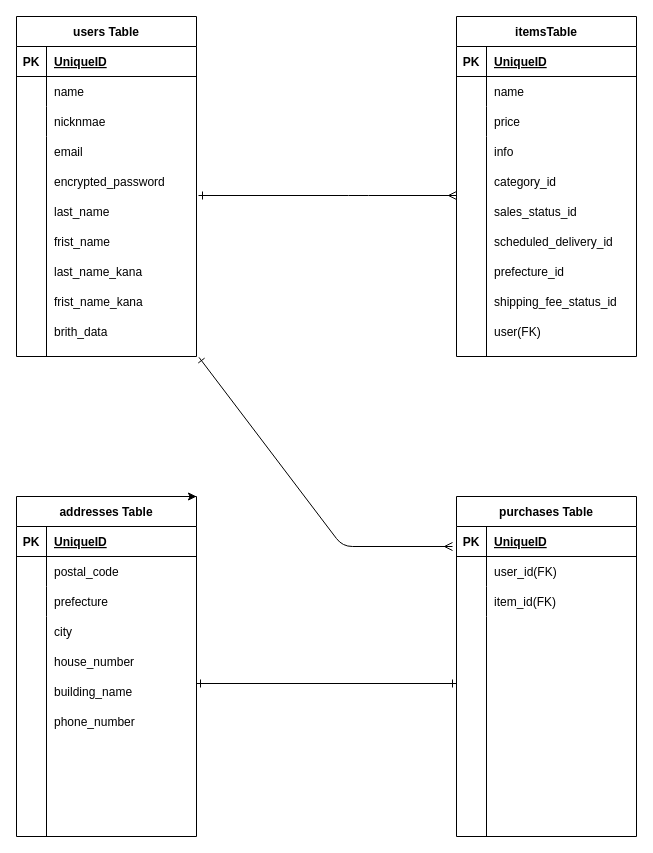
Earlier version of the draw.io diagram ER.dio (d-miyabi/furima-40107). Source tidied: cells renumbered, new cells numbered last; positions are measured from the earlier drawing's top-left corner, leaving out a move shared by most shapes. Both pictures are drawn from the tidied source at 100%, with x=0, y=0 at pixel (16, 16).
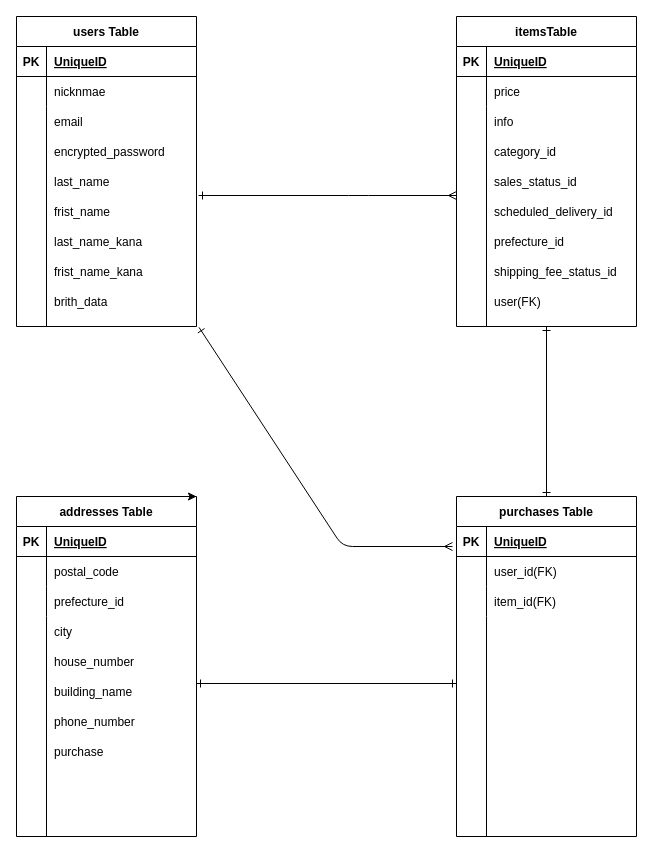
The same diagram, later.

Commit message (it also covers changes not shown here):
ER図の修正、誤字の修正

The change refers to these unchanged cells:
```xml
<mxCell id="2" style="group;" parent="1" vertex="1">
  <mxGeometry x="440" width="180" height="450" as="geometry" />
</mxCell>
<mxCell id="23" value="purchases Table" style="shape=table;startSize=30;childLayout=tableLayout;rowLines=0;fontStyle=1;align=center;" parent="1" vertex="1">
  <mxGeometry x="440" y="480" width="180" height="340" as="geometry" />
</mxCell>
<mxCell id="36" style="group;" parent="1" vertex="1">
  <mxGeometry y="480" width="180" height="450" as="geometry" />
</mxCell>
<mxCell id="44" style="shape=tableRow;horizontal=0;startSize=0;swimlaneHead=0;swimlaneBody=0;fillColor=none;top=0;left=0;right=0;bottom=0;" parent="37" vertex="1">
  <mxGeometry y="90" width="180" height="30" as="geometry" />
</mxCell>
<mxCell id="58" style="group;" parent="1" vertex="1">
  <mxGeometry width="180" height="340" as="geometry" />
</mxCell>
```

What changed in the source:
```diff
@@
     <mxCell id="3" value="itemsTable" style="shape=table;startSize=30;childLayout=tableLayout;rowLines=0;fontStyle=1;align=center;" parent="2" vertex="1">
-      <mxGeometry width="180" height="340" as="geometry" />
+      <mxGeometry width="180" height="310" as="geometry" />
     </mxCell>
@@
-    <mxCell id="7" style="shape=tableRow;horizontal=0;startSize=0;swimlaneHead=0;swimlaneBody=0;fillColor=none;top=0;left=0;right=0;bottom=0;" parent="3" vertex="1">
-      <mxGeometry y="60" width="180" height="30" as="geometry" />
-    </mxCell>
-    <mxCell id="8" style="shape=partialRectangle;fillColor=none;top=0;left=0;bottom=0;right=0;overflow=hidden;" parent="7" vertex="1">
-      <mxGeometry width="30" height="30" as="geometry" />
-    </mxCell>
-    <mxCell id="9" value="name" style="shape=partialRectangle;fillColor=none;top=0;left=0;bottom=0;right=0;align=left;spacingLeft=6;overflow=hidden;" parent="7" vertex="1">
-      <mxGeometry x="30" width="150" height="30" as="geometry" />
-    </mxCell>
     <mxCell id="10" style="shape=tableRow;horizontal=0;startSize=0;swimlaneHead=0;swimlaneBody=0;fillColor=none;top=0;left=0;right=0;bottom=0;" parent="3" vertex="1">
-      <mxGeometry y="90" width="180" height="30" as="geometry" />
+      <mxGeometry y="60" width="180" height="30" as="geometry" />
     </mxCell>
@@
     <mxCell id="13" style="shape=tableRow;horizontal=0;startSize=0;swimlaneHead=0;swimlaneBody=0;fillColor=none;top=0;left=0;right=0;bottom=0;" parent="3" vertex="1">
-      <mxGeometry y="120" width="180" height="220" as="geometry" />
+      <mxGeometry y="90" width="180" height="220" as="geometry" />
     </mxCell>
@@
     <mxCell id="16" value="info" style="shape=partialRectangle;fillColor=none;top=0;left=0;bottom=0;right=0;align=left;spacingLeft=6;overflow=hidden;" parent="2" vertex="1">
-      <mxGeometry x="30" y="120" width="150" height="30" as="geometry" />
+      <mxGeometry x="30" y="90" width="150" height="30" as="geometry" />
     </mxCell>
     <mxCell id="17" value="shipping_fee_status_id" style="shape=partialRectangle;fillColor=none;top=0;left=0;bottom=0;right=0;align=left;spacingLeft=6;overflow=hidden;" parent="2" vertex="1">
-      <mxGeometry x="30" y="270" width="150" height="30" as="geometry" />
+      <mxGeometry x="30" y="240" width="150" height="30" as="geometry" />
     </mxCell>
     <mxCell id="18" value="sales_status_id" style="shape=partialRectangle;fillColor=none;top=0;left=0;bottom=0;right=0;align=left;spacingLeft=6;overflow=hidden;" parent="2" vertex="1">
-      <mxGeometry x="30" y="180" width="150" height="30" as="geometry" />
+      <mxGeometry x="30" y="150" width="150" height="30" as="geometry" />
     </mxCell>
     <mxCell id="19" value="scheduled_delivery_id" style="shape=partialRectangle;fillColor=none;top=0;left=0;bottom=0;right=0;align=left;spacingLeft=6;overflow=hidden;" parent="2" vertex="1">
-      <mxGeometry x="30" y="210" width="150" height="30" as="geometry" />
+      <mxGeometry x="30" y="180" width="150" height="30" as="geometry" />
     </mxCell>
     <mxCell id="20" value="category_id" style="shape=partialRectangle;fillColor=none;top=0;left=0;bottom=0;right=0;align=left;spacingLeft=6;overflow=hidden;" parent="2" vertex="1">
-      <mxGeometry x="30" y="150" width="150" height="30" as="geometry" />
+      <mxGeometry x="30" y="120" width="150" height="30" as="geometry" />
     </mxCell>
     <mxCell id="21" value="user(FK)" style="shape=partialRectangle;fillColor=none;top=0;left=0;bottom=0;right=0;align=left;spacingLeft=6;overflow=hidden;" parent="2" vertex="1">
-      <mxGeometry x="30" y="300" width="150" height="30" as="geometry" />
+      <mxGeometry x="30" y="270" width="150" height="30" as="geometry" />
     </mxCell>
     <mxCell id="22" value="prefecture_id" style="shape=partialRectangle;fillColor=none;top=0;left=0;bottom=0;right=0;align=left;spacingLeft=6;overflow=hidden;" parent="2" vertex="1">
-      <mxGeometry x="30" y="240" width="150" height="30" as="geometry" />
+      <mxGeometry x="30" y="210" width="150" height="30" as="geometry" />
     </mxCell>
@@
-    <mxCell id="46" value="prefecture" style="shape=partialRectangle;fillColor=none;top=0;left=0;bottom=0;right=0;align=left;spacingLeft=6;overflow=hidden;" parent="44" vertex="1">
+    <mxCell id="46" value="prefecture_id" style="shape=partialRectangle;fillColor=none;top=0;left=0;bottom=0;right=0;align=left;spacingLeft=6;overflow=hidden;" parent="44" vertex="1">
       <mxGeometry x="30" width="150" height="30" as="geometry" />
     </mxCell>
@@
-    <mxCell id="56" style="shape=partialRectangle;fillColor=none;top=0;left=0;bottom=0;right=0;align=left;spacingLeft=6;overflow=hidden;" parent="36" vertex="1">
+    <mxCell id="56" value="purchase" style="shape=partialRectangle;fillColor=none;top=0;left=0;bottom=0;right=0;align=left;spacingLeft=6;overflow=hidden;" parent="36" vertex="1">
       <mxGeometry x="30" y="240" width="150" height="30" as="geometry" />
     </mxCell>
@@
     <mxCell id="59" value="users Table" style="shape=table;startSize=30;childLayout=tableLayout;rowLines=0;fontStyle=1;align=center;" parent="58" vertex="1">
-      <mxGeometry width="180" height="340" as="geometry" />
+      <mxGeometry width="180" height="310" as="geometry" />
     </mxCell>
@@
-    <mxCell id="63" style="shape=tableRow;horizontal=0;startSize=0;swimlaneHead=0;swimlaneBody=0;fillColor=none;top=0;left=0;right=0;bottom=0;" parent="59" vertex="1">
-      <mxGeometry y="60" width="180" height="30" as="geometry" />
-    </mxCell>
-    <mxCell id="64" style="shape=partialRectangle;fillColor=none;top=0;left=0;bottom=0;right=0;overflow=hidden;" parent="63" vertex="1">
-      <mxGeometry width="30" height="30" as="geometry" />
-    </mxCell>
-    <mxCell id="65" value="name" style="shape=partialRectangle;fillColor=none;top=0;left=0;bottom=0;right=0;align=left;spacingLeft=6;overflow=hidden;" parent="63" vertex="1">
-      <mxGeometry x="30" width="150" height="30" as="geometry" />
-    </mxCell>
     <mxCell id="66" style="shape=tableRow;horizontal=0;startSize=0;swimlaneHead=0;swimlaneBody=0;fillColor=none;top=0;left=0;right=0;bottom=0;" parent="59" vertex="1">
-      <mxGeometry y="90" width="180" height="30" as="geometry" />
+      <mxGeometry y="60" width="180" height="30" as="geometry" />
     </mxCell>
@@
     <mxCell id="69" style="shape=tableRow;horizontal=0;startSize=0;swimlaneHead=0;swimlaneBody=0;fillColor=none;points=[[0,0.5],[1,0.5]];portConstraint=eastwest;top=0;left=0;right=0;bottom=0;" parent="59" vertex="1">
-      <mxGeometry y="120" width="180" height="220" as="geometry" />
+      <mxGeometry y="90" width="180" height="220" as="geometry" />
     </mxCell>
@@
     <mxCell id="72" value="email" style="shape=partialRectangle;fillColor=none;top=0;left=0;bottom=0;right=0;align=left;spacingLeft=6;overflow=hidden;" parent="58" vertex="1">
-      <mxGeometry x="30" y="120" width="150" height="30" as="geometry" />
+      <mxGeometry x="30" y="90" width="150" height="30" as="geometry" />
     </mxCell>
     <mxCell id="73" value="frist_name_kana" style="shape=partialRectangle;fillColor=none;top=0;left=0;bottom=0;right=0;align=left;spacingLeft=6;overflow=hidden;" parent="58" vertex="1">
-      <mxGeometry x="30" y="270" width="150" height="30" as="geometry" />
+      <mxGeometry x="30" y="240" width="150" height="30" as="geometry" />
     </mxCell>
     <mxCell id="74" value="last_name" style="shape=partialRectangle;fillColor=none;top=0;left=0;bottom=0;right=0;align=left;spacingLeft=6;overflow=hidden;" parent="58" vertex="1">
-      <mxGeometry x="30" y="180" width="150" height="30" as="geometry" />
+      <mxGeometry x="30" y="150" width="150" height="30" as="geometry" />
     </mxCell>
     <mxCell id="75" value="frist_name" style="shape=partialRectangle;fillColor=none;top=0;left=0;bottom=0;right=0;align=left;spacingLeft=6;overflow=hidden;" parent="58" vertex="1">
-      <mxGeometry x="30" y="210" width="150" height="30" as="geometry" />
+      <mxGeometry x="30" y="180" width="150" height="30" as="geometry" />
     </mxCell>
     <mxCell id="76" value="encrypted_password" style="shape=partialRectangle;fillColor=none;top=0;left=0;bottom=0;right=0;align=left;spacingLeft=6;overflow=hidden;" parent="58" vertex="1">
-      <mxGeometry x="30" y="150" width="150" height="30" as="geometry" />
+      <mxGeometry x="30" y="120" width="150" height="30" as="geometry" />
     </mxCell>
     <mxCell id="77" value="brith_data" style="shape=partialRectangle;fillColor=none;top=0;left=0;bottom=0;right=0;align=left;spacingLeft=6;overflow=hidden;" parent="58" vertex="1">
-      <mxGeometry x="30" y="300" width="150" height="30" as="geometry" />
+      <mxGeometry x="30" y="270" width="150" height="30" as="geometry" />
     </mxCell>
     <mxCell id="78" value="last_name_kana" style="shape=partialRectangle;fillColor=none;top=0;left=0;bottom=0;right=0;align=left;spacingLeft=6;overflow=hidden;" parent="58" vertex="1">
-      <mxGeometry x="30" y="240" width="150" height="30" as="geometry" />
+      <mxGeometry x="30" y="210" width="150" height="30" as="geometry" />
     </mxCell>
@@
+    <mxCell id="84" style="edgeStyle=none;html=1;entryX=0.5;entryY=0;entryDx=0;entryDy=0;endArrow=ERone;endFill=0;startArrow=ERone;startFill=0;" parent="1" edge="1" source="3" target="23">
+      <mxGeometry relative="1" as="geometry" />
+    </mxCell>
```
